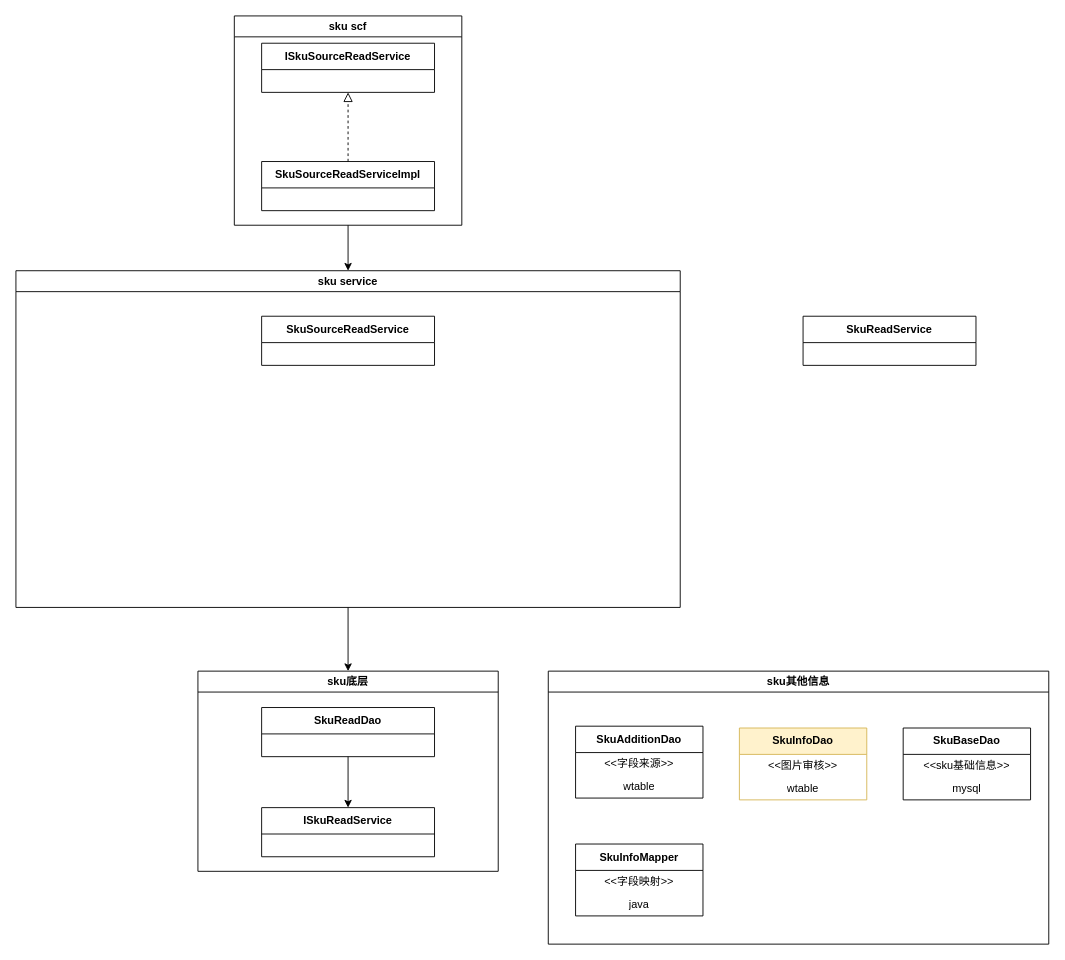
Above: sku/platformhouse.drawio in guyukou/drawio (draw.io), before the change. Source tidied: cells renumbered, new cells numbered last; positions are measured from the earlier drawing's top-left corner, leaving out a move shared by most shapes. Both pictures are drawn from the tidied source at 91%, with x=0, y=0 at pixel (15, 15).
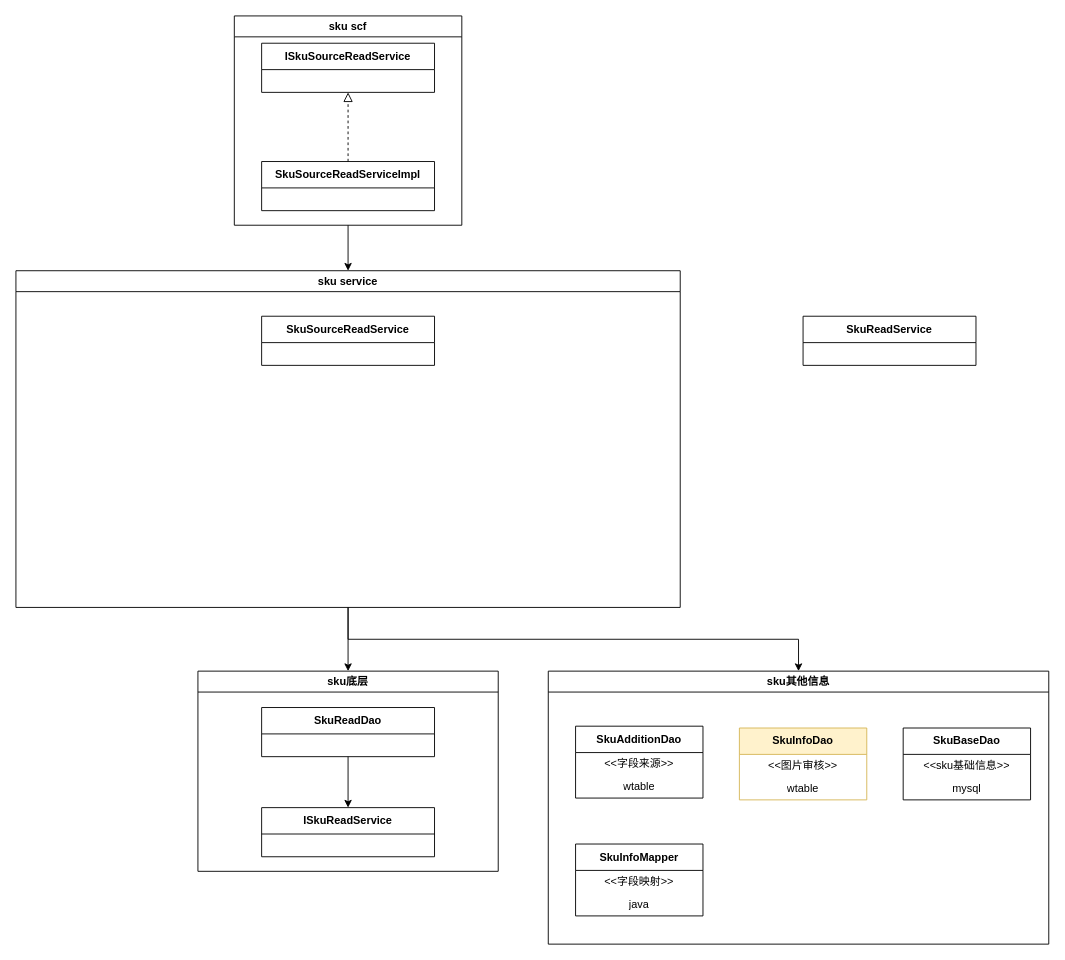
The same diagram, later.

Unchanged cells that the change refers to:
```xml
<mxCell id="12" value="sku service" style="swimlane;whiteSpace=wrap;html=1;" parent="1" vertex="1">
  <mxGeometry y="280" width="730" height="370" as="geometry" />
</mxCell>
<mxCell id="14" value="sku其他信息" style="swimlane;whiteSpace=wrap;html=1;" parent="1" vertex="1">
  <mxGeometry x="585" y="720" width="550" height="300" as="geometry" />
</mxCell>
```

The edit, as a diff of the source:
```diff
@@
+    <mxCell id="28" style="edgeStyle=orthogonalEdgeStyle;rounded=0;jettySize=auto;html=1;entryX=0.5;entryY=0;entryDx=0;entryDy=0;" parent="1" edge="1" source="12" target="14">
+      <mxGeometry relative="1" as="geometry" />
+    </mxCell>
```
